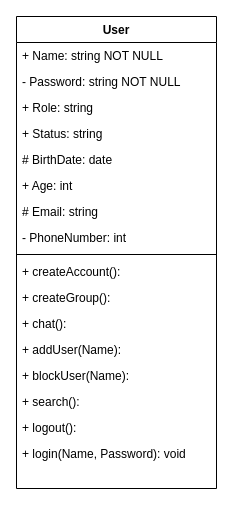
imTruongLong/QuaMon keeps this draw.io diagram as Documents/Class Diagram/Class/User.drawio. Above is the earlier version. Source tidied: cells renumbered, new cells numbered last; positions are measured from the earlier drawing's top-left corner, leaving out a move shared by most shapes. Both pictures are drawn from the tidied source at 100%, with x=0, y=0 at pixel (16, 16).
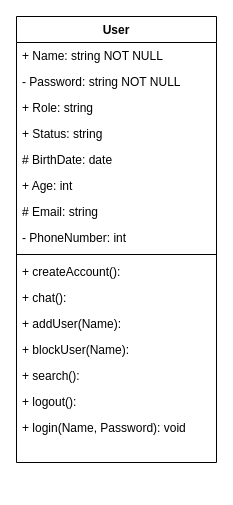
After the change.

Diff of the diagram source:
```diff
@@
 <mxGraphModel>
   <root>
     <mxCell id="0" />
     <mxCell id="1" parent="0" />
     <mxCell id="2" value="User" style="swimlane;fontStyle=1;align=center;verticalAlign=top;horizontal=1;startSize=26;" parent="1" vertex="1">
-      <mxGeometry width="200" height="472" as="geometry" />
+      <mxGeometry width="200" height="446" as="geometry" />
     </mxCell>
     <mxCell id="3" value="+ Name: string NOT NULL" style="text;strokeColor=none;fillColor=none;align=left;verticalAlign=top;spacingLeft=4;spacingRight=4;overflow=hidden;" parent="2" vertex="1">
       <mxGeometry y="26" width="200" height="26" as="geometry" />
     </mxCell>
     <mxCell id="4" value="- Password: string NOT NULL" style="text;strokeColor=none;fillColor=none;align=left;verticalAlign=top;spacingLeft=4;spacingRight=4;overflow=hidden;" parent="2" vertex="1">
       <mxGeometry y="52" width="200" height="26" as="geometry" />
     </mxCell>
     <mxCell id="5" value="+ Role: string " style="text;strokeColor=none;fillColor=none;align=left;verticalAlign=top;spacingLeft=4;spacingRight=4;overflow=hidden;" parent="2" vertex="1">
       <mxGeometry y="78" width="200" height="26" as="geometry" />
     </mxCell>
     <mxCell id="6" value="+ Status: string " style="text;strokeColor=none;fillColor=none;align=left;verticalAlign=top;spacingLeft=4;spacingRight=4;overflow=hidden;" parent="2" vertex="1">
       <mxGeometry y="104" width="200" height="26" as="geometry" />
     </mxCell>
     <mxCell id="7" value="# BirthDate: date " style="text;strokeColor=none;fillColor=none;align=left;verticalAlign=top;spacingLeft=4;spacingRight=4;overflow=hidden;" parent="2" vertex="1">
       <mxGeometry y="130" width="200" height="26" as="geometry" />
     </mxCell>
     <mxCell id="8" value="+ Age: int " style="text;strokeColor=none;fillColor=none;align=left;verticalAlign=top;spacingLeft=4;spacingRight=4;overflow=hidden;" parent="2" vertex="1">
       <mxGeometry y="156" width="200" height="26" as="geometry" />
     </mxCell>
     <mxCell id="9" value="# Email: string " style="text;strokeColor=none;fillColor=none;align=left;verticalAlign=top;spacingLeft=4;spacingRight=4;overflow=hidden;" parent="2" vertex="1">
       <mxGeometry y="182" width="200" height="26" as="geometry" />
     </mxCell>
     <mxCell id="10" value="- PhoneNumber: int " style="text;strokeColor=none;fillColor=none;align=left;verticalAlign=top;spacingLeft=4;spacingRight=4;overflow=hidden;" parent="2" vertex="1">
       <mxGeometry y="208" width="200" height="26" as="geometry" />
     </mxCell>
     <mxCell id="11" style="line;strokeWidth=1;fillColor=none;align=left;verticalAlign=middle;spacingTop=-1;spacingLeft=3;spacingRight=3;labelPosition=right;" parent="2" vertex="1">
       <mxGeometry y="234" width="200" height="8" as="geometry" />
     </mxCell>
     <mxCell id="12" value="+ createAccount(): " style="text;strokeColor=none;fillColor=none;align=left;verticalAlign=top;spacingLeft=4;spacingRight=4;overflow=hidden;" parent="2" vertex="1">
       <mxGeometry y="242" width="200" height="26" as="geometry" />
     </mxCell>
-    <mxCell id="13" value="+ createGroup(): " style="text;strokeColor=none;fillColor=none;align=left;verticalAlign=top;spacingLeft=4;spacingRight=4;overflow=hidden;" parent="2" vertex="1">
-      <mxGeometry y="268" width="200" height="26" as="geometry" />
-    </mxCell>
     <mxCell id="14" value="+ chat(): " style="text;strokeColor=none;fillColor=none;align=left;verticalAlign=top;spacingLeft=4;spacingRight=4;overflow=hidden;" parent="2" vertex="1">
-      <mxGeometry y="294" width="200" height="26" as="geometry" />
+      <mxGeometry y="268" width="200" height="26" as="geometry" />
     </mxCell>
     <mxCell id="15" value="+ addUser(Name): " style="text;strokeColor=none;fillColor=none;align=left;verticalAlign=top;spacingLeft=4;spacingRight=4;overflow=hidden;" parent="2" vertex="1">
-      <mxGeometry y="320" width="200" height="26" as="geometry" />
+      <mxGeometry y="294" width="200" height="26" as="geometry" />
     </mxCell>
     <mxCell id="16" value="+ blockUser(Name): " style="text;strokeColor=none;fillColor=none;align=left;verticalAlign=top;spacingLeft=4;spacingRight=4;overflow=hidden;" parent="2" vertex="1">
-      <mxGeometry y="346" width="200" height="26" as="geometry" />
+      <mxGeometry y="320" width="200" height="26" as="geometry" />
     </mxCell>
     <mxCell id="17" value="+ search(): " style="text;strokeColor=none;fillColor=none;align=left;verticalAlign=top;spacingLeft=4;spacingRight=4;overflow=hidden;" parent="2" vertex="1">
-      <mxGeometry y="372" width="200" height="26" as="geometry" />
+      <mxGeometry y="346" width="200" height="26" as="geometry" />
     </mxCell>
     <mxCell id="18" value="+ logout(): " style="text;strokeColor=none;fillColor=none;align=left;verticalAlign=top;spacingLeft=4;spacingRight=4;overflow=hidden;" parent="2" vertex="1">
-      <mxGeometry y="398" width="200" height="26" as="geometry" />
+      <mxGeometry y="372" width="200" height="26" as="geometry" />
     </mxCell>
     <mxCell id="19" value="+ login(Name, Password): void " style="text;strokeColor=none;fillColor=none;align=left;verticalAlign=top;spacingLeft=4;spacingRight=4;overflow=hidden;" parent="2" vertex="1">
-      <mxGeometry y="424" width="200" height="48" as="geometry" />
+      <mxGeometry y="398" width="200" height="48" as="geometry" />
     </mxCell>
   </root>
 </mxGraphModel>
```
